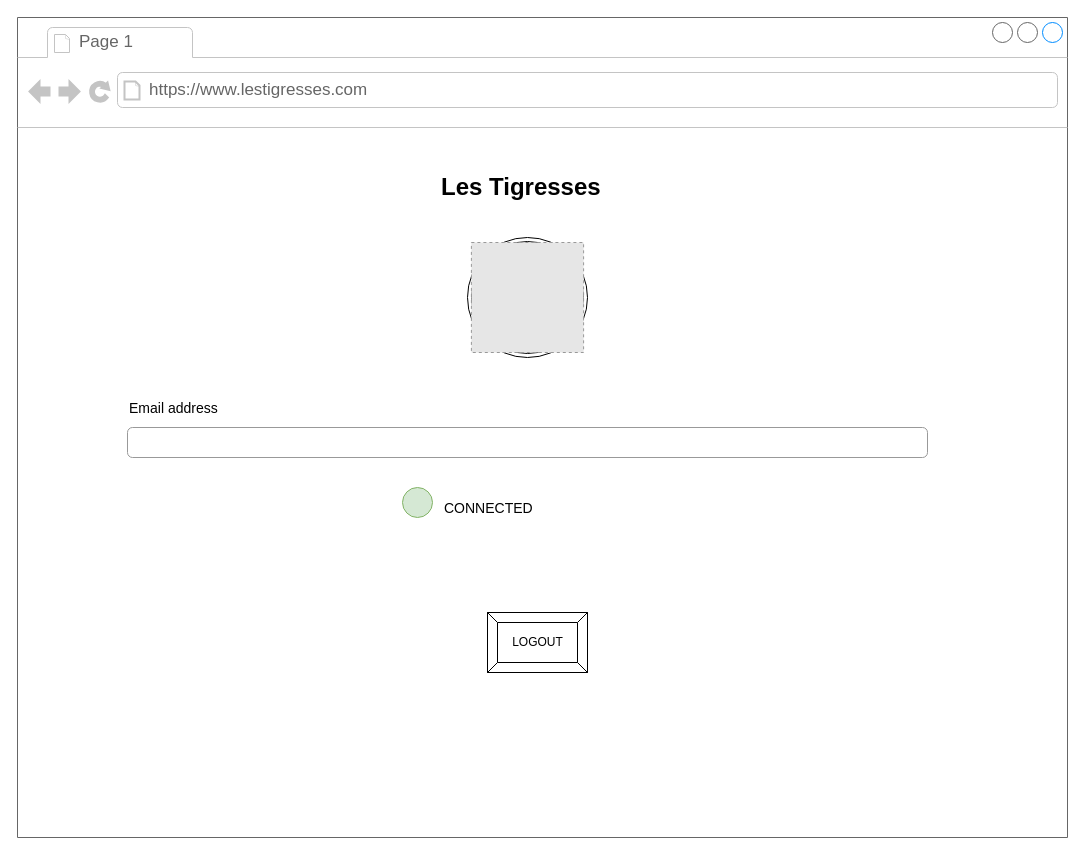
The draw.io diagram maquettage/page_user.drawio in LucasCoudrais/projet-tidal-les-tigresses, before the edit. Source tidied: cells renumbered, new cells numbered last; positions are measured from the earlier drawing's top-left corner, leaving out a move shared by most shapes. Both pictures are drawn from the tidied source at 100%, with x=0, y=0 at pixel (17, 17). Pictures stored in the file or linked from it are replaced by grey dashed boxes.
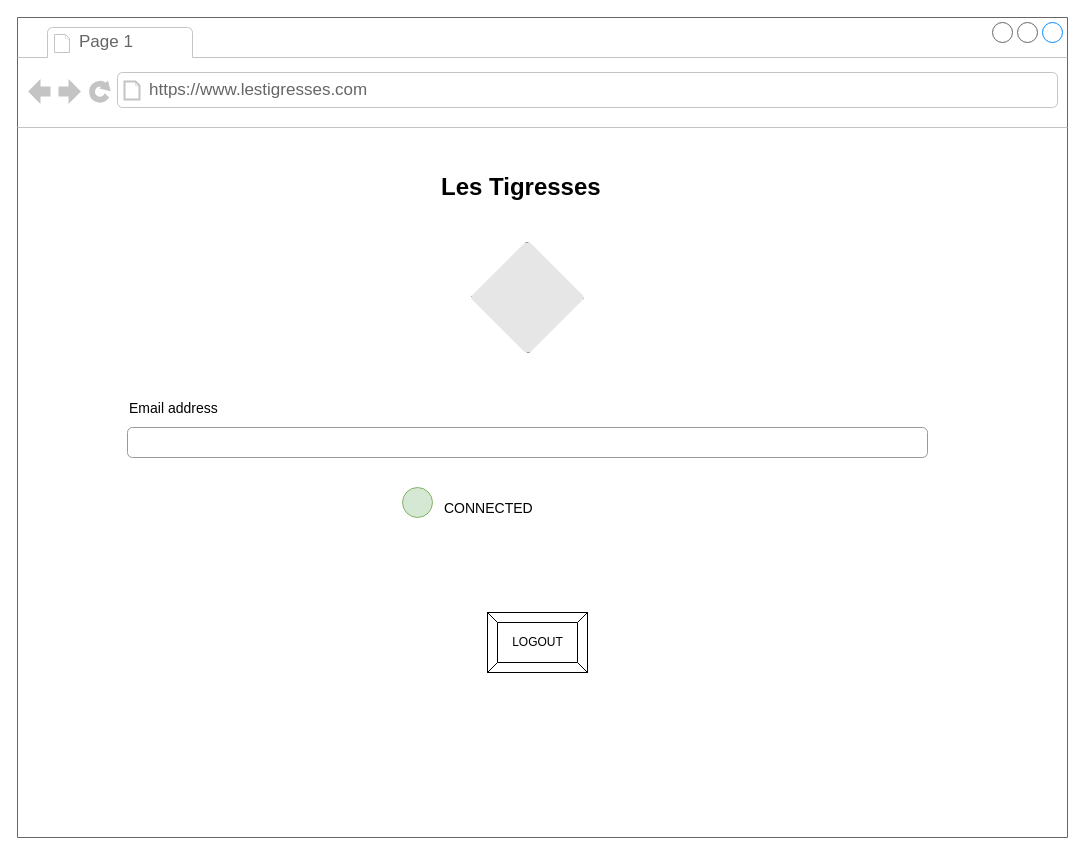
Above is the later version.

Commit message:
cadre photo

Diff of the diagram source:
```diff
@@
 <mxGraphModel>
   <root>
     <mxCell id="0" />
     <mxCell id="1" parent="0" />
     <mxCell id="2" style="strokeWidth=1;shadow=0;dashed=0;align=center;html=1;shape=mxgraph.mockup.containers.browserWindow;rSize=0;strokeColor=#666666;mainText=,;rounded=0;labelBackgroundColor=none;fontFamily=Verdana;fontSize=12;" parent="1" vertex="1">
       <mxGeometry width="1050" height="820" as="geometry" />
     </mxCell>
-    <mxCell id="3" style="ellipse;shape=doubleEllipse;whiteSpace=wrap;html=1;background-image=;" parent="2" vertex="1">
-      <mxGeometry x="450" y="220" width="120" height="120" as="geometry" />
-    </mxCell>
+    <mxCell id="12" style="fillColor=#E6E6E6;strokeColor=#999999;dashed=1;verticalLabelPosition=bottom;verticalAlign=top;" parent="2" vertex="1">
+      <mxGeometry x="453.9" y="225" width="112.2" height="110" as="geometry" />
+    </mxCell>
     <mxCell id="4" value="Page 1" style="strokeWidth=1;shadow=0;dashed=0;align=center;html=1;shape=mxgraph.mockup.containers.anchor;fontSize=17;fontColor=#666666;align=left;" parent="2" vertex="1">
       <mxGeometry x="60" y="12" width="110" height="26" as="geometry" />
     </mxCell>
     <mxCell id="5" value="https://www.lestigresses.com" style="strokeWidth=1;shadow=0;dashed=0;align=center;html=1;shape=mxgraph.mockup.containers.anchor;rSize=0;fontSize=17;fontColor=#666666;align=left;" parent="2" vertex="1">
       <mxGeometry x="130" y="60" width="250" height="26" as="geometry" />
     </mxCell>
     <mxCell id="6" value="&lt;div&gt;Les Tigresses &amp;nbsp; &lt;br&gt;&lt;/div&gt;" style="text;strokeColor=none;fillColor=none;html=1;fontSize=24;fontStyle=1;verticalAlign=middle;align=center;" parent="2" vertex="1">
       <mxGeometry x="400" y="150" width="220" height="40" as="geometry" />
     </mxCell>
     <mxCell id="7" value="Email address" style="fillColor=none;strokeColor=none;align=left;fontSize=14;" parent="2" vertex="1">
       <mxGeometry width="260" height="40" relative="1" as="geometry">
         <mxPoint x="110" y="370" as="offset" />
       </mxGeometry>
     </mxCell>
     <mxCell id="8" style="html=1;shadow=0;dashed=0;shape=mxgraph.bootstrap.rrect;rSize=5;fillColor=none;strokeColor=#999999;align=left;spacing=15;fontSize=14;fontColor=#6C767D;" parent="2" vertex="1">
       <mxGeometry width="800" height="30" relative="1" as="geometry">
         <mxPoint x="110" y="410" as="offset" />
       </mxGeometry>
     </mxCell>
     <mxCell id="9" value="CONNECTED" style="fillColor=none;strokeColor=none;align=left;fontSize=14;" parent="2" vertex="1">
       <mxGeometry width="260" height="40" relative="1" as="geometry">
         <mxPoint x="425" y="470" as="offset" />
       </mxGeometry>
     </mxCell>
     <mxCell id="10" style="ellipse;whiteSpace=wrap;html=1;fillColor=#d5e8d4;strokeColor=#82b366;" parent="2" vertex="1">
       <mxGeometry x="385" y="470" width="30" height="30" as="geometry" />
     </mxCell>
     <mxCell id="11" value="LOGOUT" style="labelPosition=center;verticalLabelPosition=middle;align=center;html=1;shape=mxgraph.basic.button;dx=10;" parent="2" vertex="1">
       <mxGeometry x="470" y="595" width="100" height="60" as="geometry" />
     </mxCell>
-    <mxCell id="12" style="fillColor=#E6E6E6;strokeColor=#999999;dashed=1;verticalLabelPosition=bottom;verticalAlign=top;" parent="2" vertex="1">
-      <mxGeometry x="453.9" y="225" width="112.2" height="110" as="geometry" />
-    </mxCell>
+    <mxCell id="13" style="triangle;whiteSpace=wrap;html=1;fillColor=default;rotation=-45;strokeColor=none;" parent="2" vertex="1">
+      <mxGeometry x="530" y="190" width="60" height="80" as="geometry" />
+    </mxCell>
+    <mxCell id="14" style="triangle;whiteSpace=wrap;html=1;fillColor=default;rotation=45;strokeColor=none;" parent="2" vertex="1">
+      <mxGeometry x="530" y="290" width="60" height="80" as="geometry" />
+    </mxCell>
+    <mxCell id="15" style="triangle;whiteSpace=wrap;html=1;fillColor=default;rotation=135;strokeColor=none;" parent="2" vertex="1">
+      <mxGeometry x="430" y="290" width="60" height="80" as="geometry" />
+    </mxCell>
+    <mxCell id="16" style="triangle;whiteSpace=wrap;html=1;fillColor=default;rotation=-135;strokeColor=none;" parent="2" vertex="1">
+      <mxGeometry x="430" y="190" width="60" height="80" as="geometry" />
+    </mxCell>
   </root>
 </mxGraphModel>
```
